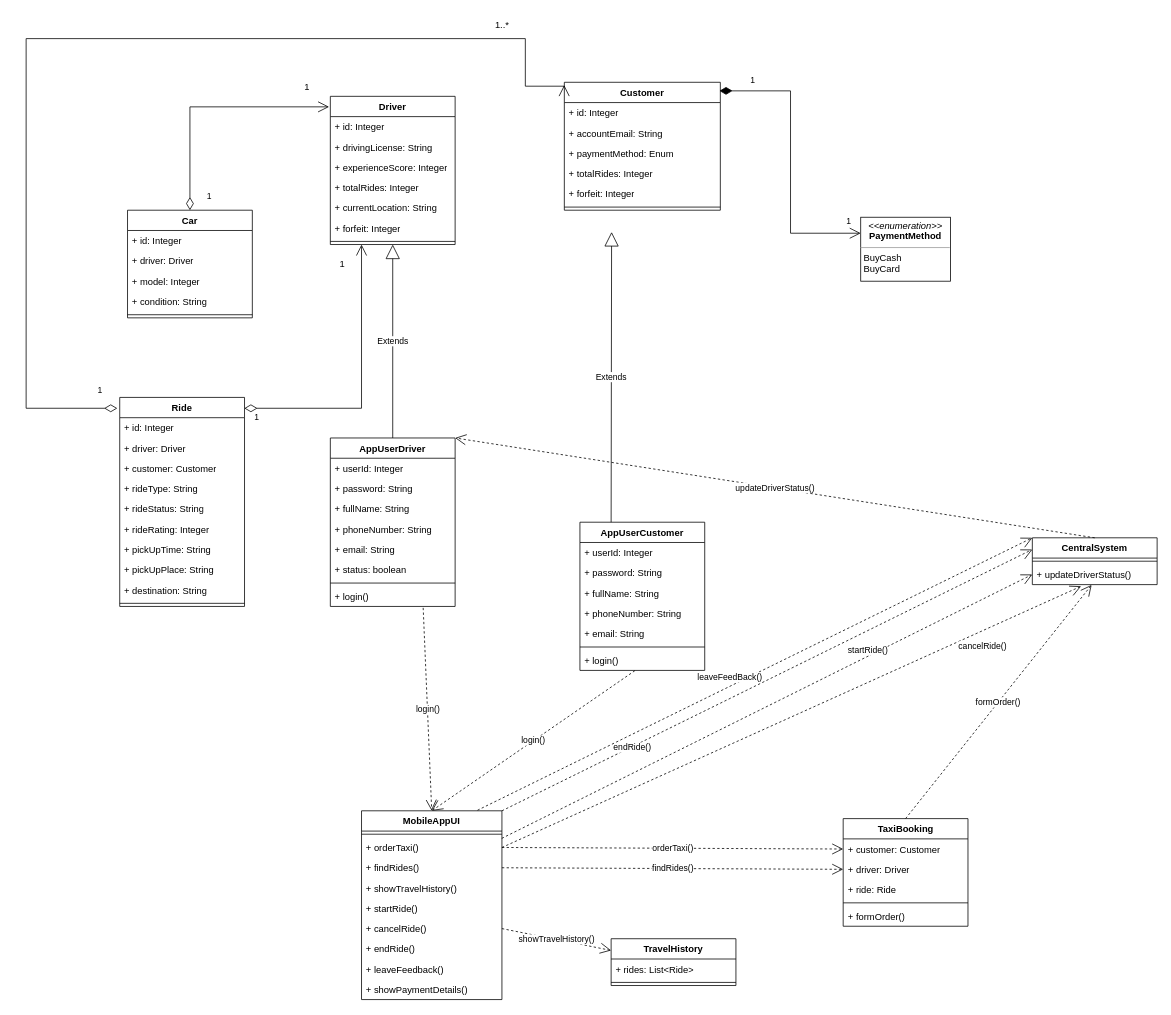
Above: ClassDia.drawio in hard-gainer/UML (draw.io), before the change. Source tidied: cells renumbered, new cells numbered last; positions are measured from the earlier drawing's top-left corner, leaving out a move shared by most shapes. Both pictures are drawn from the tidied source at 78%, with x=0, y=0 at pixel (26, 13).
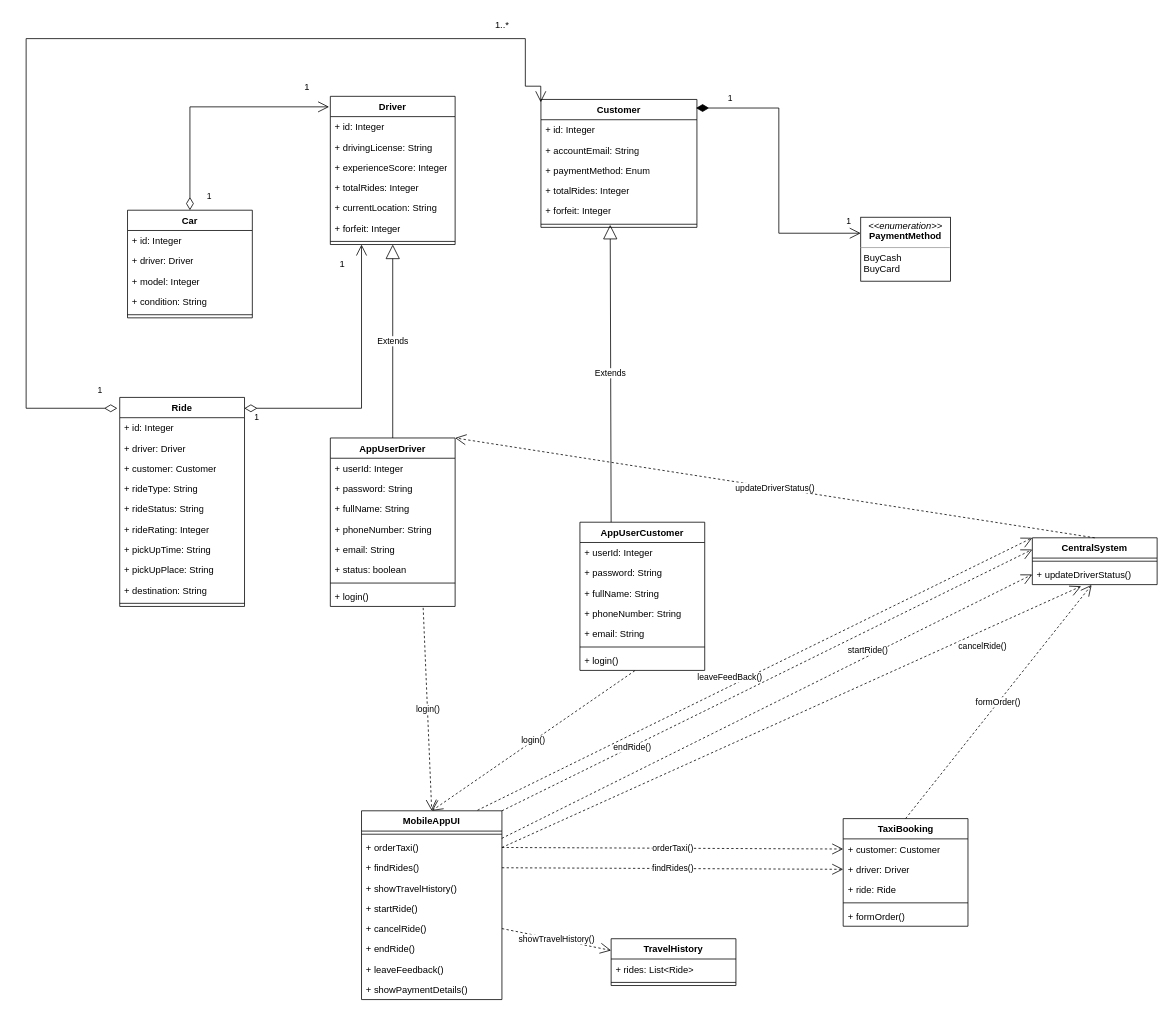
After the change.

The change refers to these unchanged cells:
```xml
<mxCell id="42" style="line;strokeWidth=1;fillColor=none;align=left;verticalAlign=middle;spacingTop=-1;spacingLeft=3;spacingRight=3;labelPosition=right;points=[];portConstraint=eastwest;strokeColor=inherit;" parent="36" vertex="1">
  <mxGeometry y="156" width="200" height="8" as="geometry" />
</mxCell>
<mxCell id="68" value="AppUserCustomer" style="swimlane;fontStyle=1;align=center;verticalAlign=top;horizontal=1;startSize=26;whiteSpace=wrap;html=1;" parent="1" vertex="1">
  <mxGeometry x="710" y="652" width="160" height="190" as="geometry" />
</mxCell>
```

Change to the diagram source:
```diff
@@
     <mxCell id="36" value="Customer" style="swimlane;fontStyle=1;align=center;verticalAlign=top;horizontal=1;startSize=26;whiteSpace=wrap;html=1;" parent="1" vertex="1">
-      <mxGeometry x="690" y="88" width="200" height="164" as="geometry" />
+      <mxGeometry x="660" y="110" width="200" height="164" as="geometry" />
     </mxCell>
@@
-    <mxCell id="84" value="Extends" style="endArrow=block;endSize=16;endFill=0;html=1;rounded=0;exitX=0.25;exitY=0;exitDx=0;exitDy=0;entryX=0.303;entryY=1.073;entryDx=0;entryDy=0;entryPerimeter=0;" parent="1" edge="1" source="68">
-      <mxGeometry relative="1" as="geometry">
-        <mxPoint x="750.6" y="279.9" as="targetPoint" />
-      </mxGeometry>
+    <mxCell id="84" value="Extends" style="endArrow=block;endSize=16;endFill=0;html=1;rounded=0;exitX=0.25;exitY=0;exitDx=0;exitDy=0;entryX=0.444;entryY=0.589;entryDx=0;entryDy=0;entryPerimeter=0;" parent="1" edge="1" source="68" target="42">
+      <mxGeometry relative="1" as="geometry" />
     </mxCell>
```
